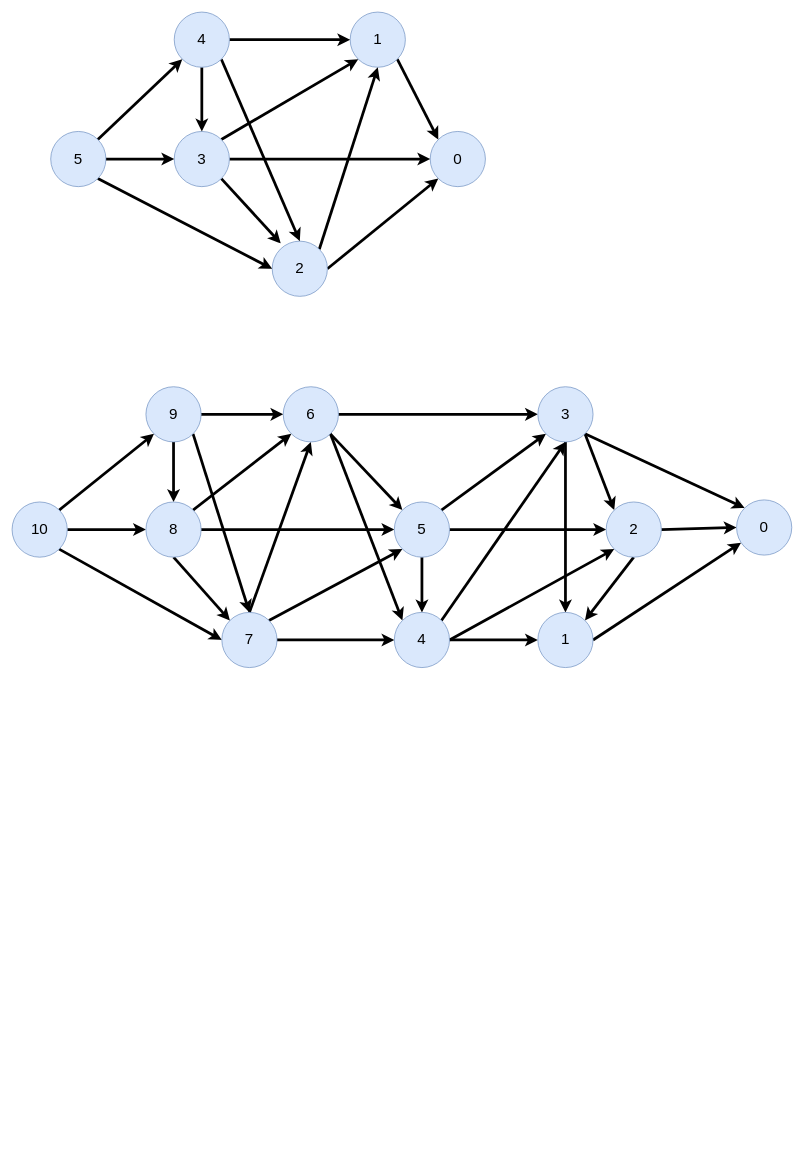
Before: assignment_1/diagrams/g_function_calculator.drawio in spencerbertsch1/Game-Theory, a draw.io diagram. Source tidied: cells renumbered, new cells numbered last; positions are measured from the earlier drawing's top-left corner, leaving out a move shared by most shapes. Both pictures are drawn from the tidied source at 69%, with x=0, y=0 at pixel (12, 12).
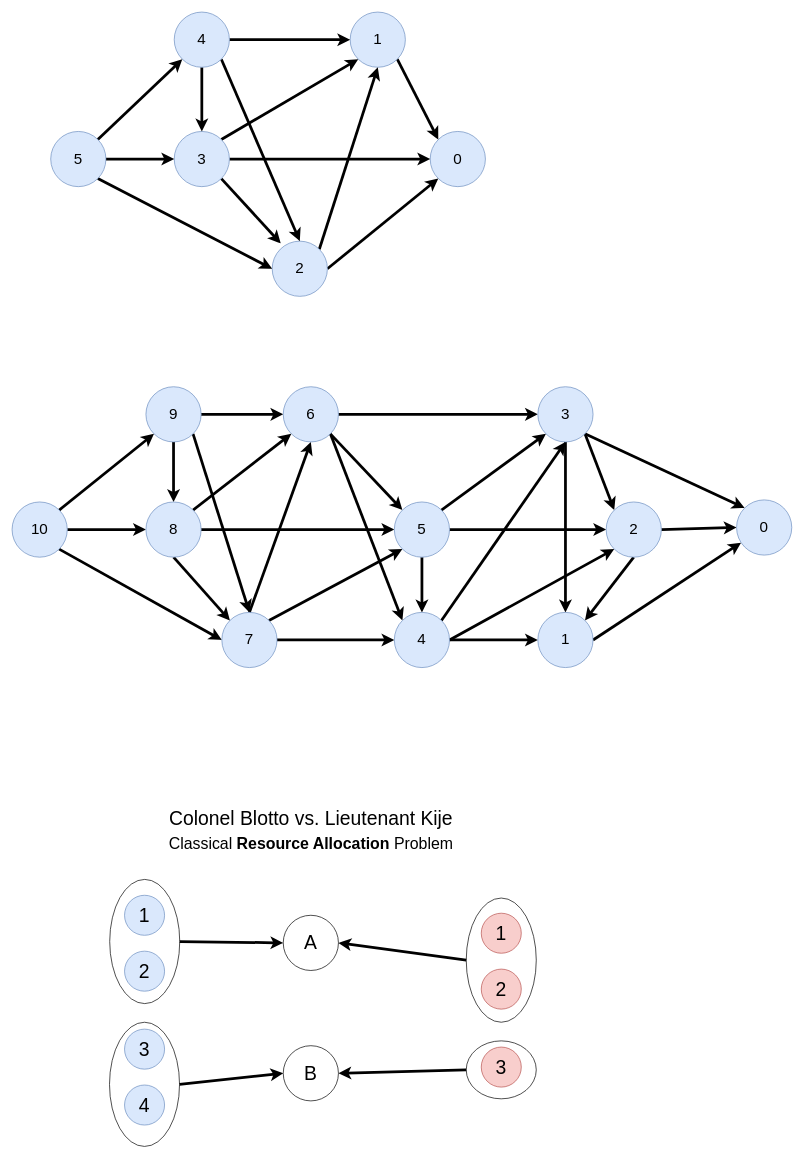
Above is the later version.

Commit message (it also covers changes not shown here):
add diagram backups

The edit, as a diff of the source:
```diff
@@
+    <mxCell id="58" style="ellipse;whiteSpace=wrap;html=1;fontSize=23;fillColor=none;" parent="1" vertex="1">
+      <mxGeometry x="658.2" y="1491" width="101.5" height="84" as="geometry" />
+    </mxCell>
+    <mxCell id="59" style="ellipse;whiteSpace=wrap;html=1;fontSize=23;fillColor=none;" parent="1" vertex="1">
+      <mxGeometry x="658.2" y="1284" width="101.5" height="180" as="geometry" />
+    </mxCell>
+    <mxCell id="60" style="ellipse;whiteSpace=wrap;html=1;fontSize=23;fillColor=none;" parent="1" vertex="1">
+      <mxGeometry x="141.2" y="1464" width="101.5" height="180" as="geometry" />
+    </mxCell>
+    <mxCell id="61" style="ellipse;whiteSpace=wrap;html=1;fontSize=23;fillColor=none;" parent="1" vertex="1">
+      <mxGeometry x="141.5" y="1257" width="101.5" height="180" as="geometry" />
+    </mxCell>
@@
+    <mxCell id="62" value="A" style="ellipse;whiteSpace=wrap;html=1;fontSize=28;" parent="1" vertex="1">
+      <mxGeometry x="393" y="1309" width="80" height="80" as="geometry" />
+    </mxCell>
+    <mxCell id="63" value="Colonel Blotto vs. Lieutenant Kije&lt;br&gt;&lt;font style=&quot;font-size: 23px;&quot;&gt;Classical &lt;b&gt;Resource Allocation&lt;/b&gt; Problem&lt;/font&gt;" style="text;html=1;strokeColor=none;fillColor=none;align=center;verticalAlign=middle;whiteSpace=wrap;rounded=0;fontSize=28;" parent="1" vertex="1">
+      <mxGeometry x="205.5" y="1135" width="455" height="102" as="geometry" />
+    </mxCell>
+    <mxCell id="64" value="B" style="ellipse;whiteSpace=wrap;html=1;fontSize=28;" parent="1" vertex="1">
+      <mxGeometry x="393" y="1498" width="80" height="80" as="geometry" />
+    </mxCell>
+    <mxCell id="65" value="1" style="ellipse;whiteSpace=wrap;html=1;fontSize=28;fillColor=#dae8fc;strokeColor=#6c8ebf;" parent="1" vertex="1">
+      <mxGeometry x="163" y="1280" width="58" height="58" as="geometry" />
+    </mxCell>
+    <mxCell id="66" value="2" style="ellipse;whiteSpace=wrap;html=1;fontSize=28;fillColor=#dae8fc;strokeColor=#6c8ebf;" parent="1" vertex="1">
+      <mxGeometry x="163" y="1361" width="58" height="58" as="geometry" />
+    </mxCell>
+    <mxCell id="67" value="3" style="ellipse;whiteSpace=wrap;html=1;fontSize=28;fillColor=#dae8fc;strokeColor=#6c8ebf;" parent="1" vertex="1">
+      <mxGeometry x="163" y="1474" width="58" height="58" as="geometry" />
+    </mxCell>
+    <mxCell id="68" value="4" style="ellipse;whiteSpace=wrap;html=1;fontSize=28;fillColor=#dae8fc;strokeColor=#6c8ebf;" parent="1" vertex="1">
+      <mxGeometry x="163" y="1555" width="58" height="58" as="geometry" />
+    </mxCell>
+    <mxCell id="69" value="1" style="ellipse;whiteSpace=wrap;html=1;fontSize=28;fillColor=#f8cecc;strokeColor=#b85450;" parent="1" vertex="1">
+      <mxGeometry x="680" y="1306" width="58" height="58" as="geometry" />
+    </mxCell>
+    <mxCell id="70" value="2" style="ellipse;whiteSpace=wrap;html=1;fontSize=28;fillColor=#f8cecc;strokeColor=#b85450;" parent="1" vertex="1">
+      <mxGeometry x="680" y="1387" width="58" height="58" as="geometry" />
+    </mxCell>
+    <mxCell id="71" value="3" style="ellipse;whiteSpace=wrap;html=1;fontSize=28;fillColor=#f8cecc;strokeColor=#b85450;" parent="1" vertex="1">
+      <mxGeometry x="680" y="1500" width="58" height="58" as="geometry" />
+    </mxCell>
+    <mxCell id="72" style="edgeStyle=none;rounded=0;jettySize=auto;html=1;exitX=1;exitY=0.5;exitDx=0;exitDy=0;entryX=0;entryY=0.5;entryDx=0;entryDy=0;fontSize=23;strokeWidth=4;" parent="1" edge="1" source="61" target="62">
+      <mxGeometry relative="1" as="geometry" />
+    </mxCell>
+    <mxCell id="73" style="edgeStyle=none;rounded=0;jettySize=auto;html=1;exitX=1;exitY=0.5;exitDx=0;exitDy=0;entryX=0;entryY=0.5;entryDx=0;entryDy=0;fontSize=23;strokeWidth=4;" parent="1" edge="1" source="60" target="64">
+      <mxGeometry relative="1" as="geometry" />
+    </mxCell>
+    <mxCell id="74" style="edgeStyle=none;rounded=0;jettySize=auto;html=1;exitX=0;exitY=0.5;exitDx=0;exitDy=0;entryX=1;entryY=0.5;entryDx=0;entryDy=0;fontSize=23;strokeWidth=4;" parent="1" edge="1" source="59" target="62">
+      <mxGeometry relative="1" as="geometry" />
+    </mxCell>
+    <mxCell id="75" style="edgeStyle=none;rounded=0;jettySize=auto;html=1;exitX=0;exitY=0.5;exitDx=0;exitDy=0;entryX=1;entryY=0.5;entryDx=0;entryDy=0;fontSize=23;strokeWidth=4;" parent="1" edge="1" source="58" target="64">
+      <mxGeometry relative="1" as="geometry" />
+    </mxCell>
```
